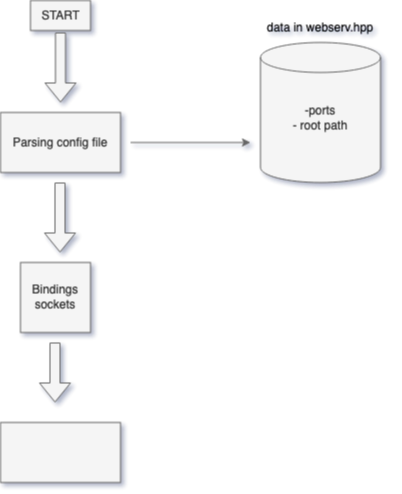
The draw.io diagram Diagram Webserv.drawio.png in es4nchez/webserv, before a commit. Source tidied: cells renumbered, new cells last; positions are measured from the earlier drawing's top-left corner, leaving out a move shared by most shapes.
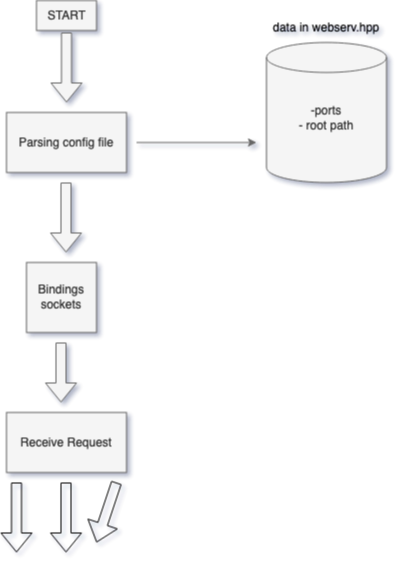
Above is the later version.

Commit message:
Mettre à jour Diagram Webserv.drawio.png

The edit, as a diff of the source:
```diff
@@ -41,8 +41,26 @@
         <mxPoint x="54.5" y="402" as="targetPoint" />
       </mxGeometry>
     </mxCell>
-    <mxCell id="11" style="whiteSpace=wrap;html=1;fillColor=#f5f5f5;fontColor=#333333;strokeColor=#666666;" parent="1" vertex="1">
-      <mxGeometry y="422" width="120" height="60" as="geometry" />
+    <mxCell id="11" value="Receive Request" style="whiteSpace=wrap;html=1;fillColor=#f5f5f5;fontColor=#333333;strokeColor=#666666;" parent="1" vertex="1">
+      <mxGeometry y="412" width="120" height="60" as="geometry" />
     </mxCell>
+    <mxCell id="12" style="shape=flexArrow;endArrow=classic;html=1;rounded=0;" parent="1" edge="1">
+      <mxGeometry relative="1" as="geometry">
+        <mxPoint x="10" y="482" as="sourcePoint" />
+        <mxPoint x="10" y="552" as="targetPoint" />
+      </mxGeometry>
+    </mxCell>
+    <mxCell id="13" style="shape=flexArrow;endArrow=classic;html=1;rounded=0;" parent="1" edge="1">
+      <mxGeometry relative="1" as="geometry">
+        <mxPoint x="59.5" y="482" as="sourcePoint" />
+        <mxPoint x="59.5" y="552" as="targetPoint" />
+      </mxGeometry>
+    </mxCell>
+    <mxCell id="14" style="shape=flexArrow;endArrow=classic;html=1;rounded=0;" parent="1" edge="1">
+      <mxGeometry relative="1" as="geometry">
+        <mxPoint x="110" y="482" as="sourcePoint" />
+        <mxPoint x="90" y="542" as="targetPoint" />
+      </mxGeometry>
+    </mxCell>
   </root>
 </mxGraphModel>
```
